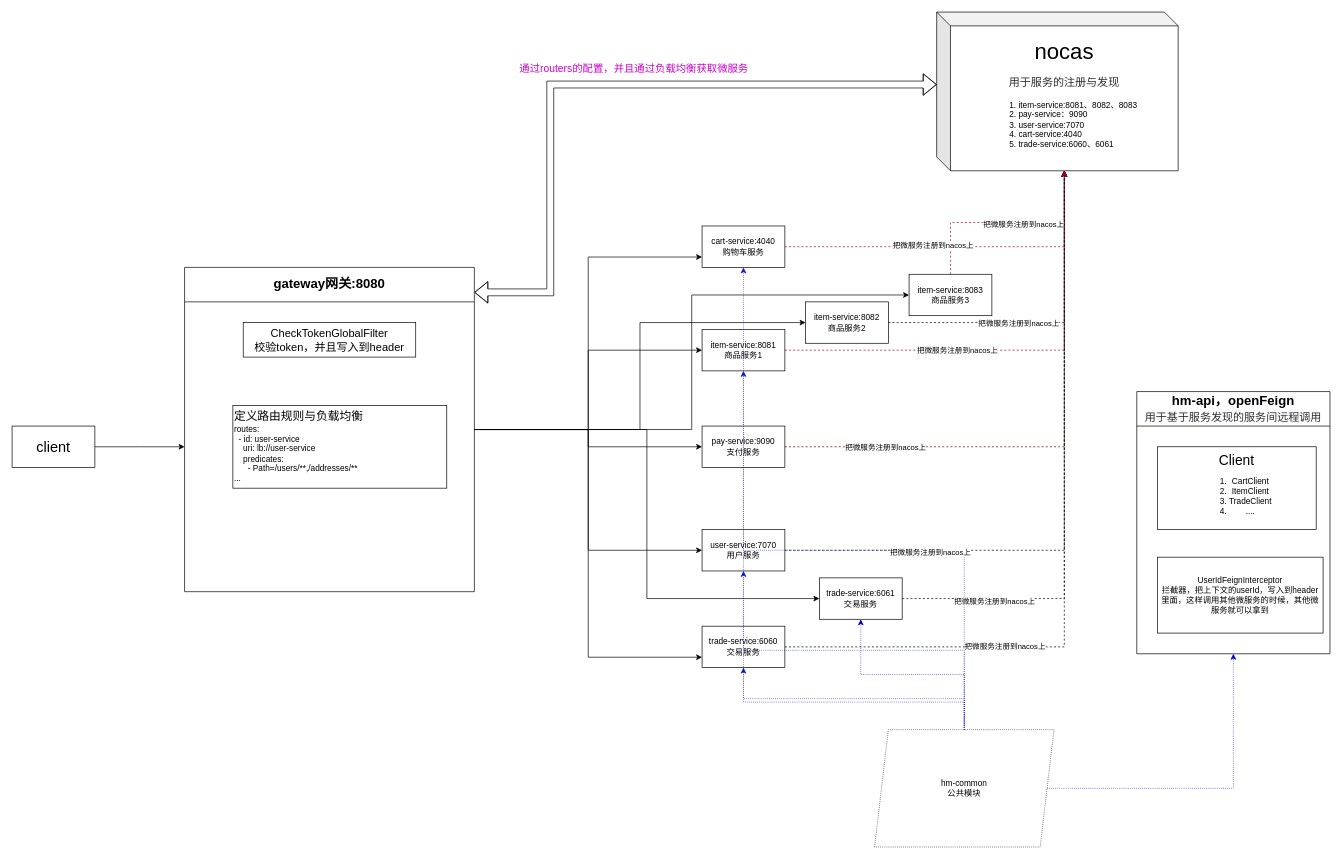
This is hmall微服务结构图.drawio from yunyi1895/draw-project, a draw.io file, before an edit. Source tidied: cells renumbered, new cells numbered last; positions are measured from the earlier drawing's top-left corner, leaving out a move shared by most shapes. Both pictures are drawn from the tidied source at 69%, with x=0, y=0 at pixel (12, 12).
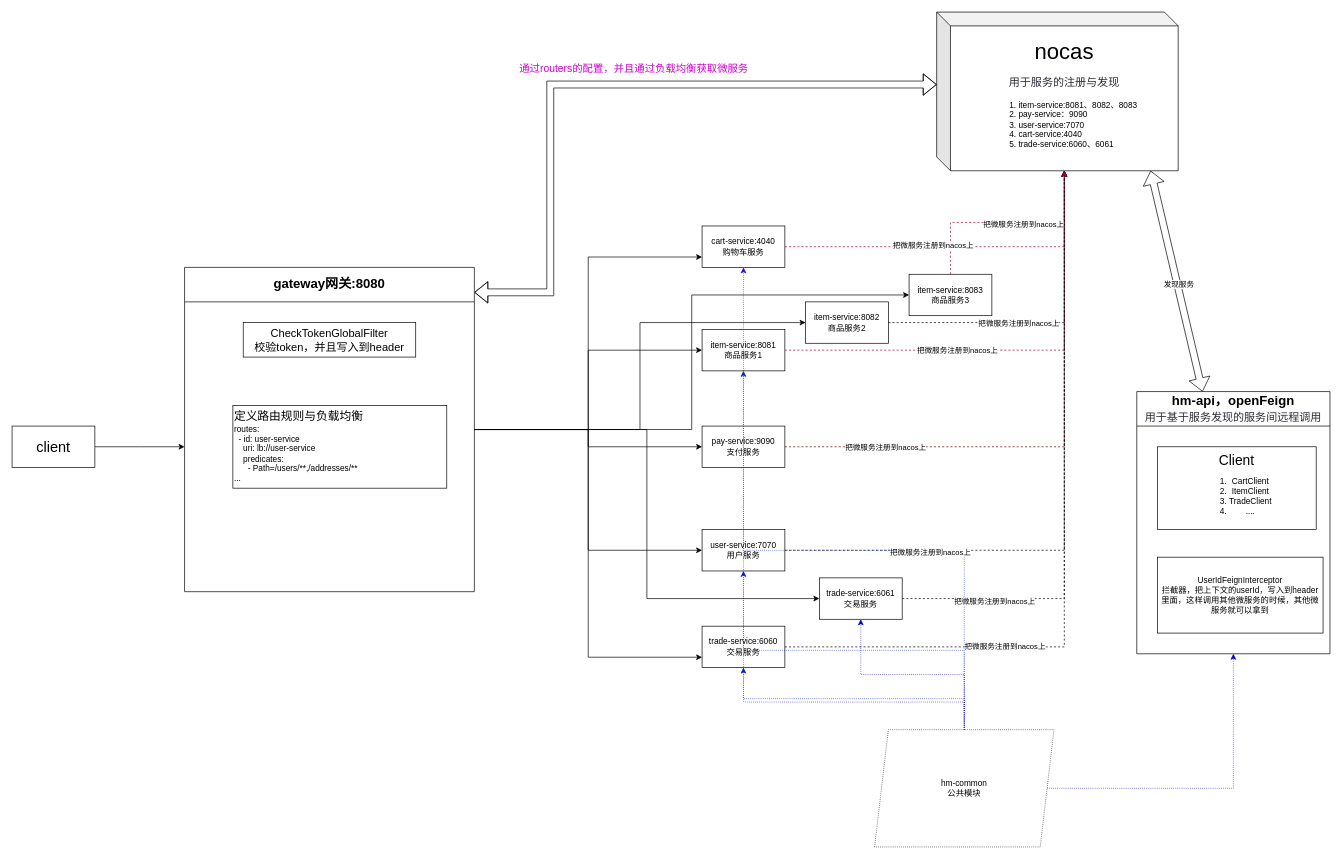
The same diagram, later.

Commit message:
更新hmall微服务结构图.drawio

The change refers to these unchanged cells:
```xml
<mxCell id="15" value="&lt;font style=&quot;font-size: 19px;&quot;&gt;hm-api，openFeign&lt;br&gt;&lt;span style=&quot;color: rgb(44, 44, 54); font-family: -apple-system, BlinkMacSystemFont, &amp;quot;Segoe UI&amp;quot;, &amp;quot;Noto Sans&amp;quot;, Helvetica, Arial, sans-serif, &amp;quot;Apple Color Emoji&amp;quot;, &amp;quot;Segoe UI Emoji&amp;quot;; font-size: 16px; font-weight: 400; text-align: left; background-color: rgb(255, 255, 255);&quot;&gt;用于基于服务发现的服务间远程调用&lt;/span&gt;&lt;br&gt;&lt;/font&gt;" style="swimlane;whiteSpace=wrap;html=1;startSize=50;" parent="1" vertex="1">
  <mxGeometry x="1630" y="550" width="280" height="380" as="geometry" />
</mxCell>
<mxCell id="17" value="&lt;div style=&quot;&quot;&gt;&lt;span style=&quot;background-color: initial;&quot;&gt;&lt;font style=&quot;font-size: 32px;&quot;&gt;nocas&lt;br&gt;&lt;/font&gt;&lt;/span&gt;&lt;span style=&quot;color: rgb(44, 44, 54); font-family: -apple-system, BlinkMacSystemFont, &amp;quot;Segoe UI&amp;quot;, &amp;quot;Noto Sans&amp;quot;, Helvetica, Arial, sans-serif, &amp;quot;Apple Color Emoji&amp;quot;, &amp;quot;Segoe UI Emoji&amp;quot;; font-size: 16px; text-align: left; background-color: rgb(255, 255, 255);&quot;&gt;用于服务的注册与发现&lt;/span&gt;&lt;span style=&quot;background-color: initial;&quot;&gt;&lt;font style=&quot;font-size: 32px;&quot;&gt;&lt;br&gt;&lt;/font&gt;&lt;/span&gt;&lt;/div&gt;&lt;ol&gt;&lt;li style=&quot;text-align: left;&quot;&gt;item-service:8081、8082、8083&lt;/li&gt;&lt;li style=&quot;text-align: left;&quot;&gt;pay-service：9090&lt;/li&gt;&lt;li style=&quot;text-align: left;&quot;&gt;user-service:7070&lt;/li&gt;&lt;li style=&quot;text-align: left;&quot;&gt;cart-service:4040&lt;/li&gt;&lt;li style=&quot;text-align: left;&quot;&gt;trade-service:6060、6061&lt;/li&gt;&lt;/ol&gt;" style="shape=cube;whiteSpace=wrap;html=1;boundedLbl=1;backgroundOutline=1;darkOpacity=0.05;darkOpacity2=0.1;align=center;" parent="1" vertex="1">
  <mxGeometry x="1340" width="350" height="230" as="geometry" />
</mxCell>
```

Diff of the diagram source:
```diff
@@
+    <mxCell id="53" style="rounded=0;jettySize=auto;html=1;entryX=0.886;entryY=1;entryDx=0;entryDy=0;entryPerimeter=0;elbow=vertical;shape=flexArrow;startArrow=block;" parent="1" edge="1" source="15" target="17">
+      <mxGeometry relative="1" as="geometry" />
+    </mxCell>
+    <mxCell id="54" value="发现服务" style="edgeLabel;html=1;align=center;verticalAlign=middle;" parent="53" vertex="1">
+      <mxGeometry x="-0.04" y="-1" relative="1" as="geometry">
+        <mxPoint y="-1" as="offset" />
+      </mxGeometry>
+    </mxCell>
```
